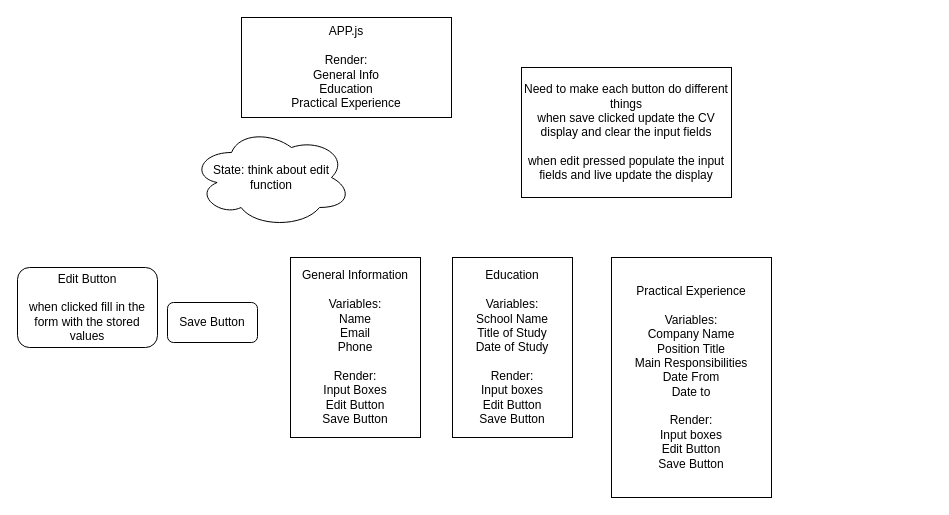
Earlier version of the draw.io diagram CV-Project/CVProject.drawio (ChrisKnowles53/odin-cv-project). Source tidied: cells renumbered, new cells numbered last; positions are measured from the earlier drawing's top-left corner, leaving out a move shared by most shapes. Both pictures are drawn from the tidied source at 100%, with x=0, y=0 at pixel (17, 17).
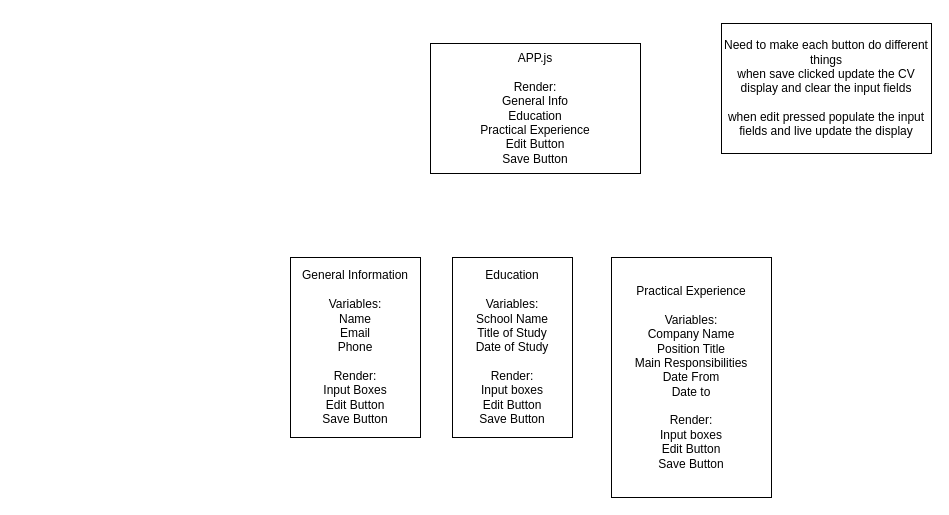
The same diagram, later.

Diff of the diagram source:
```diff
@@
 <mxGraphModel>
   <root>
     <mxCell id="0" />
     <mxCell id="1" parent="0" />
-    <mxCell id="2" value="APP.js&lt;br&gt;&lt;br&gt;Render:&lt;br&gt;General Info&lt;br&gt;Education&lt;br&gt;Practical Experience" style="rounded=0;whiteSpace=wrap;html=1;" parent="1" vertex="1">
-      <mxGeometry x="224" width="210" height="100" as="geometry" />
+    <mxCell id="2" value="APP.js&lt;br&gt;&lt;br&gt;Render:&lt;br&gt;General Info&lt;br&gt;Education&lt;br&gt;Practical Experience&lt;br&gt;Edit Button&lt;br&gt;Save Button" style="rounded=0;whiteSpace=wrap;html=1;" parent="1" vertex="1">
+      <mxGeometry x="413" y="26" width="210" height="130" as="geometry" />
     </mxCell>
     <mxCell id="3" value="Education&lt;br&gt;&lt;br&gt;Variables:&lt;br&gt;School Name&lt;br&gt;Title of Study&lt;br&gt;Date of Study&lt;br&gt;&lt;br&gt;Render:&lt;br&gt;Input boxes&lt;br&gt;Edit Button&lt;br&gt;Save Button" style="rounded=0;whiteSpace=wrap;html=1;" parent="1" vertex="1">
       <mxGeometry x="435" y="240" width="120" height="180" as="geometry" />
     </mxCell>
     <mxCell id="4" value="Practical Experience&lt;br&gt;&lt;br&gt;Variables:&lt;br&gt;Company Name&lt;br&gt;Position Title&lt;br&gt;Main Responsibilities&lt;br&gt;Date From&lt;br&gt;Date to&lt;br&gt;&lt;br&gt;Render:&lt;br style=&quot;border-color: var(--border-color);&quot;&gt;Input boxes&lt;br style=&quot;border-color: var(--border-color);&quot;&gt;Edit Button&lt;br style=&quot;border-color: var(--border-color);&quot;&gt;Save Button" style="rounded=0;whiteSpace=wrap;html=1;" parent="1" vertex="1">
       <mxGeometry x="594" y="240" width="160" height="240" as="geometry" />
     </mxCell>
     <mxCell id="5" value="General Information&lt;br&gt;&lt;br&gt;Variables:&lt;br&gt;Name&lt;br&gt;Email&lt;br&gt;Phone&lt;br&gt;&lt;br&gt;Render:&lt;br&gt;Input Boxes&lt;br&gt;Edit Button&lt;br&gt;Save Button" style="rounded=0;whiteSpace=wrap;html=1;" parent="1" vertex="1">
       <mxGeometry x="273" y="240" width="130" height="180" as="geometry" />
     </mxCell>
-    <mxCell id="6" value="Edit Button&lt;br&gt;&lt;br&gt;when clicked fill in the form with the stored values" style="rounded=1;whiteSpace=wrap;html=1;" parent="1" vertex="1">
-      <mxGeometry y="250" width="140" height="80" as="geometry" />
-    </mxCell>
-    <mxCell id="7" value="Save Button" style="rounded=1;whiteSpace=wrap;html=1;" parent="1" vertex="1">
-      <mxGeometry x="150" y="285" width="90" height="40" as="geometry" />
-    </mxCell>
-    <mxCell id="8" value="State: think about edit function" style="ellipse;shape=cloud;whiteSpace=wrap;html=1;" parent="1" vertex="1">
-      <mxGeometry x="174" y="110" width="160" height="100" as="geometry" />
-    </mxCell>
     <mxCell id="9" value="Need to make each button do different things&lt;br&gt;when save clicked update the CV display and clear the input fields&lt;br&gt;&lt;br&gt;when edit pressed populate the input fields and live update the display" style="rounded=0;whiteSpace=wrap;html=1;" parent="1" vertex="1">
-      <mxGeometry x="504" y="50" width="210" height="130" as="geometry" />
+      <mxGeometry x="704" y="6" width="210" height="130" as="geometry" />
     </mxCell>
   </root>
 </mxGraphModel>
```
